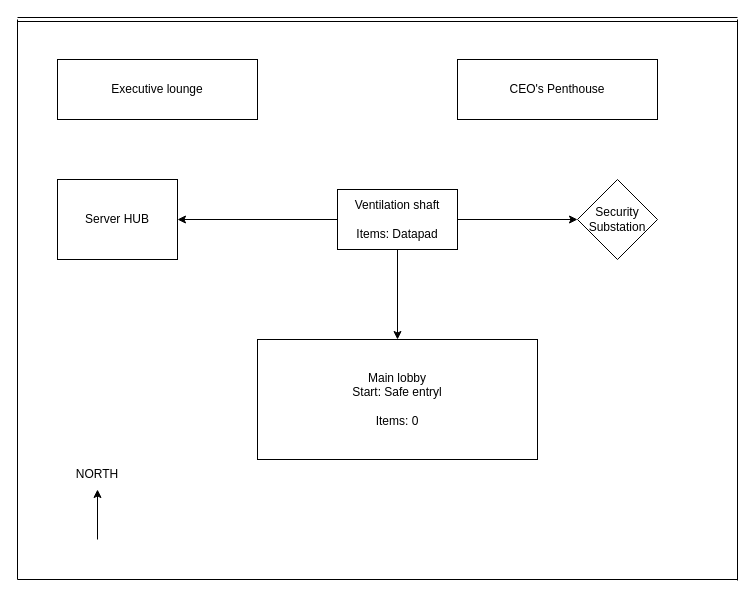
The draw.io diagram Untitled Diagram.drawio in lmahmedm/freedom-of-the-air-diagram, before the edit. Source tidied: cells renumbered, new cells numbered last; positions are measured from the earlier drawing's top-left corner, leaving out a move shared by most shapes. Both pictures are drawn from the tidied source at 100%, with x=0, y=0 at pixel (17, 19).
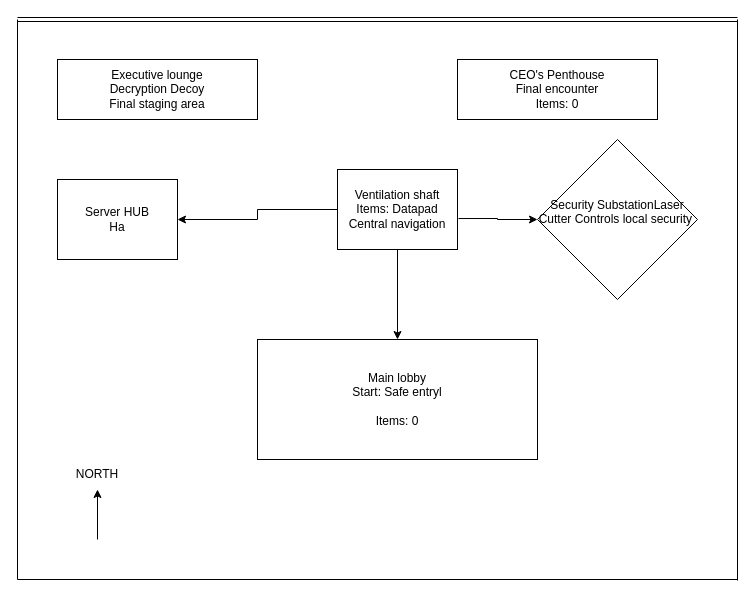
Above is the later version.

Commit message:
Breah the game

Change to the diagram source:
```diff
@@
-    <mxCell id="4" style="edgeStyle=orthogonalEdgeStyle;rounded=0;jettySize=auto;html=1;" parent="1" edge="1" source="6" target="8">
+    <mxCell id="4" style="edgeStyle=orthogonalEdgeStyle;rounded=0;jettySize=auto;html=1;exitX=1.008;exitY=0.613;exitDx=0;exitDy=0;exitPerimeter=0;" parent="1" edge="1" source="6" target="8">
       <mxGeometry relative="1" as="geometry" />
     </mxCell>
@@
-    <mxCell id="6" value="Ventilation shaft&lt;div&gt;&lt;br&gt;&lt;/div&gt;&lt;div&gt;Items: Datapad&lt;/div&gt;" style="rounded=0;whiteSpace=wrap;html=1;" parent="1" vertex="1">
-      <mxGeometry x="320" y="170" width="120" height="60" as="geometry" />
+    <mxCell id="6" value="Ventilation shaft&lt;div&gt;Items: Datapad&lt;/div&gt;&lt;div&gt;Central navigation&lt;/div&gt;" style="rounded=0;whiteSpace=wrap;html=1;" parent="1" vertex="1">
+      <mxGeometry x="320" y="150" width="120" height="80" as="geometry" />
     </mxCell>
-    <mxCell id="7" value="Server HUB" style="rounded=0;whiteSpace=wrap;html=1;" parent="1" vertex="1">
+    <mxCell id="7" value="Server HUB&lt;div&gt;Ha&lt;/div&gt;" style="rounded=0;whiteSpace=wrap;html=1;" parent="1" vertex="1">
       <mxGeometry x="40" y="160" width="120" height="80" as="geometry" />
     </mxCell>
-    <mxCell id="8" value="Security Substation" style="rhombus;whiteSpace=wrap;html=1;shapeInside=1;" parent="1" vertex="1">
-      <mxGeometry x="560" y="160" width="80" height="80" as="geometry" />
+    <mxCell id="8" value="Security SubstationLaser Cutter&amp;nbsp;Controls local security&amp;nbsp;&lt;div&gt;&lt;br&gt;&lt;/div&gt;" style="rhombus;whiteSpace=wrap;html=1;shapeInside=1;" parent="1" vertex="1">
+      <mxGeometry x="520" y="120" width="160" height="160" as="geometry" />
     </mxCell>
-    <mxCell id="9" value="Executive lounge" style="rounded=0;whiteSpace=wrap;html=1;" parent="1" vertex="1">
+    <mxCell id="9" value="Executive lounge&lt;div&gt;Decryption Decoy&lt;/div&gt;&lt;div&gt;Final staging area&lt;/div&gt;" style="rounded=0;whiteSpace=wrap;html=1;" parent="1" vertex="1">
       <mxGeometry x="40" y="40" width="200" height="60" as="geometry" />
     </mxCell>
-    <mxCell id="10" value="CEO's Penthouse" style="rounded=0;whiteSpace=wrap;html=1;" parent="1" vertex="1">
+    <mxCell id="10" value="CEO's Penthouse&lt;div&gt;Final encounter&lt;/div&gt;&lt;div&gt;Items: 0&lt;/div&gt;" style="rounded=0;whiteSpace=wrap;html=1;" parent="1" vertex="1">
       <mxGeometry x="440" y="40" width="200" height="60" as="geometry" />
     </mxCell>
```
